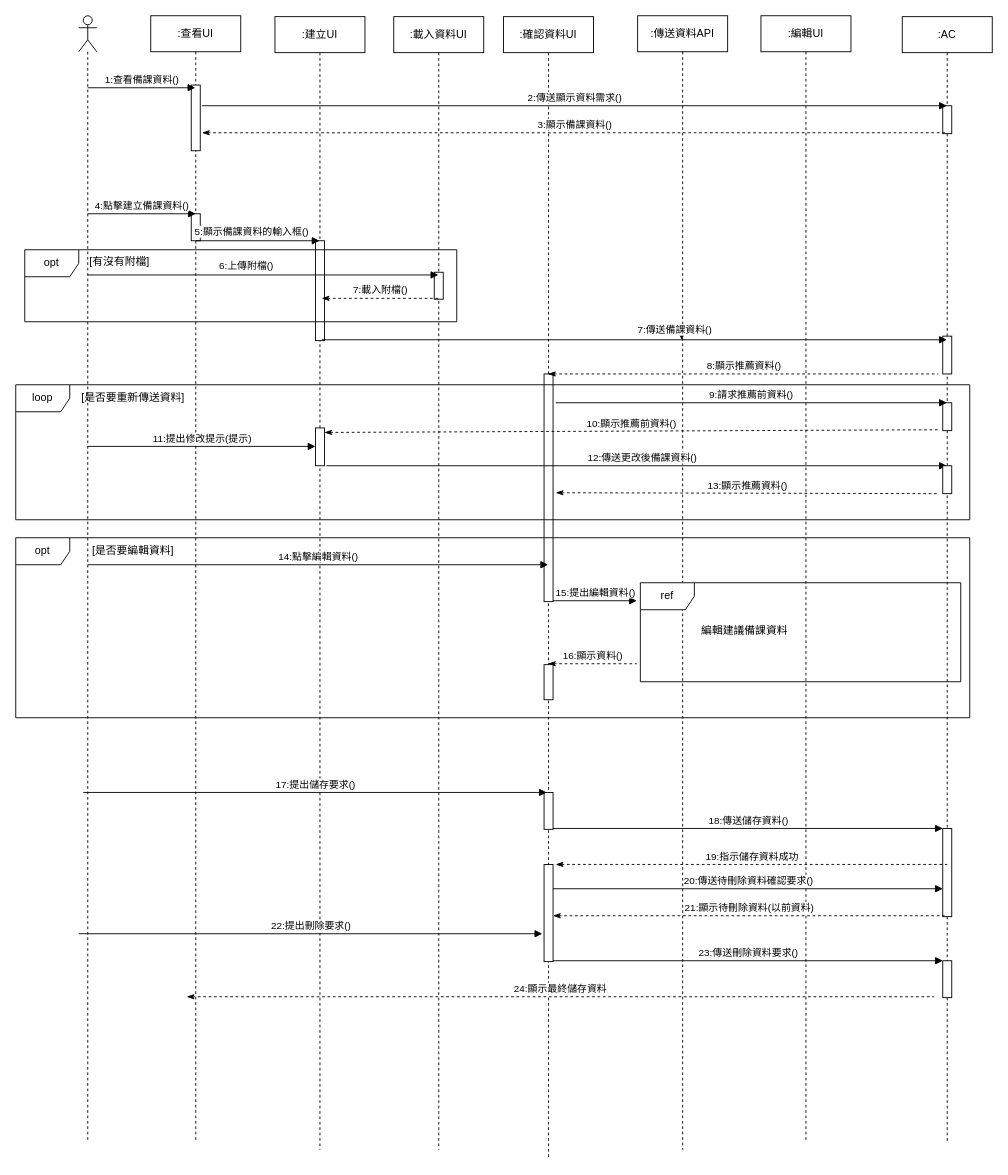
Above: 循序圖(建立備課資料-UI)-new.drawio in Kevincheng0804/System-analysis (draw.io), before the change. Source tidied: cells renumbered, new cells numbered last; positions are measured from the earlier drawing's top-left corner, leaving out a move shared by most shapes. Both pictures are drawn from the tidied source at 90%, with x=0, y=0 at pixel (15, 15).
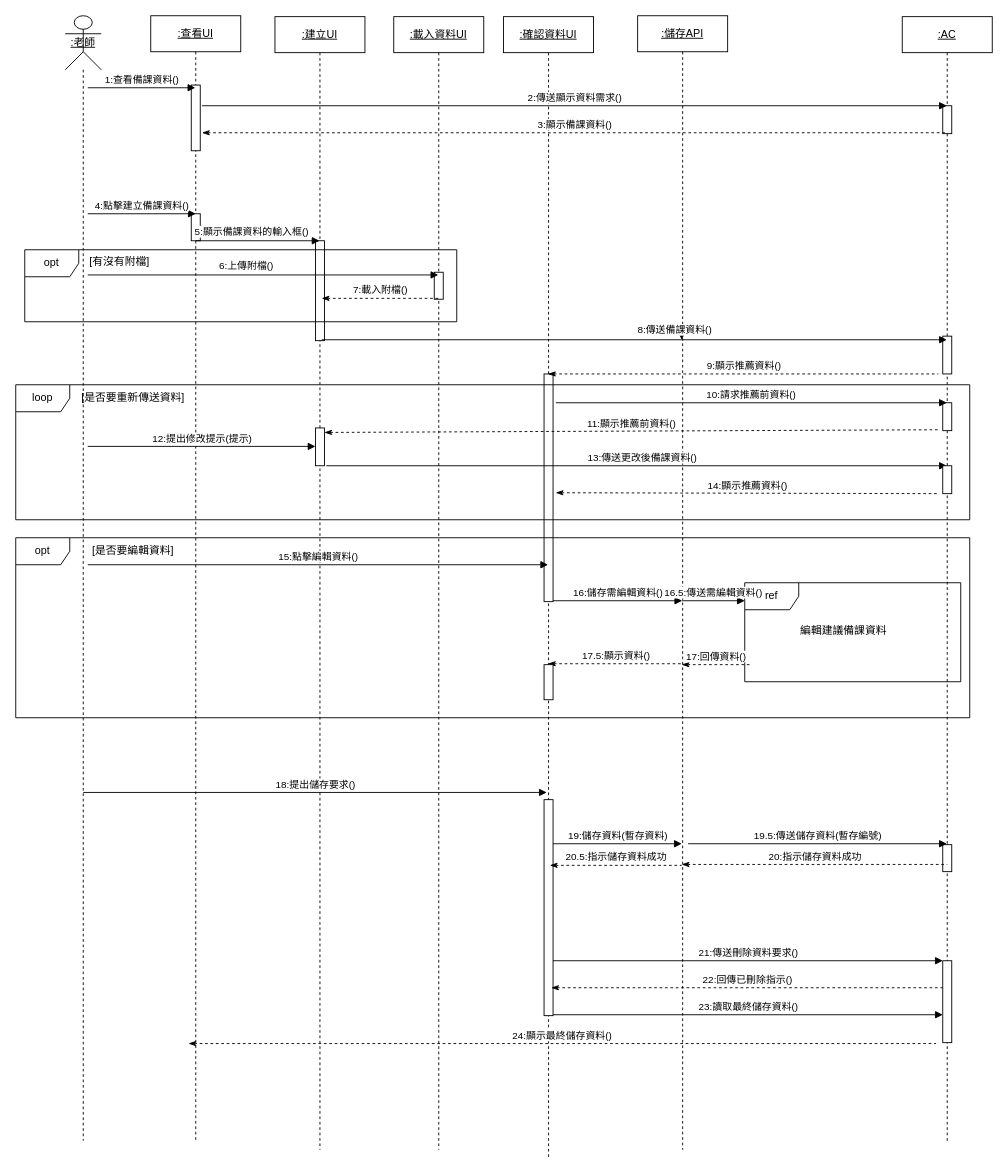
After the change.

Commit message:
更新循序圖(建立備課資料-UI)-new.drawio

Unchanged cells that the change refers to:
```xml
<mxCell id="33" style="html=1;verticalAlign=bottom;endArrow=block;curved=0;rounded=0;" parent="1" edge="1">
  <mxGeometry relative="1" as="geometry">
    <mxPoint x="740" y="356" as="sourcePoint" />
    <mxPoint x="740" y="360" as="targetPoint" />
  </mxGeometry>
</mxCell>
<mxCell id="39" style="html=1;points=[[0,0,0,0,5],[0,1,0,0,-5],[1,0,0,0,5],[1,1,0,0,-5]];perimeter=orthogonalPerimeter;outlineConnect=0;targetShapes=umlLifeline;portConstraint=eastwest;newEdgeStyle={&quot;curved&quot;:0,&quot;rounded&quot;:0};" parent="1" vertex="1">
  <mxGeometry x="333" y="458" width="10" height="42" as="geometry" />
</mxCell>
<mxCell id="40" style="html=1;verticalAlign=bottom;endArrow=block;curved=0;rounded=0;" parent="1" edge="1" target="14">
  <mxGeometry relative="1" as="geometry">
    <mxPoint x="345" y="500" as="sourcePoint" />
  </mxGeometry>
</mxCell>
```

What changed in the source:
```diff
@@
-    <mxCell id="2" style="shape=umlLifeline;perimeter=lifelinePerimeter;whiteSpace=wrap;html=1;newEdgeStyle={&quot;curved&quot;:0,&quot;rounded&quot;:0};participant=umlActor;" parent="1" vertex="1">
-      <mxGeometry x="70" width="20" height="1250" as="geometry" />
+    <mxCell id="2" value="&lt;u&gt;:老師&lt;/u&gt;" style="shape=umlLifeline;perimeter=lifelinePerimeter;whiteSpace=wrap;html=1;newEdgeStyle={&quot;curved&quot;:0,&quot;rounded&quot;:0};participant=umlActor;size=60;" parent="1" vertex="1">
+      <mxGeometry x="55" width="40" height="1250" as="geometry" />
     </mxCell>
-    <mxCell id="3" value=":查看UI" style="shape=umlLifeline;perimeter=lifelinePerimeter;whiteSpace=wrap;html=1;outlineConnect=0;portConstraint=eastwest;newEdgeStyle={&quot;curved&quot;:0,&quot;rounded&quot;:0};" parent="1" vertex="1">
+    <mxCell id="3" value="&lt;u&gt;:查看UI&lt;/u&gt;" style="shape=umlLifeline;perimeter=lifelinePerimeter;whiteSpace=wrap;html=1;outlineConnect=0;portConstraint=eastwest;newEdgeStyle={&quot;curved&quot;:0,&quot;rounded&quot;:0};" parent="1" vertex="1">
       <mxGeometry x="150" width="100" height="1250" as="geometry" />
     </mxCell>
@@
-    <mxCell id="6" value=":建立UI" style="shape=umlLifeline;perimeter=lifelinePerimeter;whiteSpace=wrap;html=1;newEdgeStyle={&quot;curved&quot;:0,&quot;rounded&quot;:0};" parent="1" vertex="1">
+    <mxCell id="6" value="&lt;u&gt;:建立UI&lt;/u&gt;" style="shape=umlLifeline;perimeter=lifelinePerimeter;whiteSpace=wrap;html=1;newEdgeStyle={&quot;curved&quot;:0,&quot;rounded&quot;:0};" parent="1" vertex="1">
       <mxGeometry x="288" y="1" width="100" height="1259" as="geometry" />
     </mxCell>
@@
-    <mxCell id="8" value=":確認資料UI" style="shape=umlLifeline;perimeter=lifelinePerimeter;whiteSpace=wrap;html=1;outlineConnect=0;portConstraint=eastwest;newEdgeStyle={&quot;curved&quot;:0,&quot;rounded&quot;:0};" parent="1" vertex="1">
+    <mxCell id="8" value="&lt;u&gt;:確認資料UI&lt;/u&gt;" style="shape=umlLifeline;perimeter=lifelinePerimeter;whiteSpace=wrap;html=1;outlineConnect=0;portConstraint=eastwest;newEdgeStyle={&quot;curved&quot;:0,&quot;rounded&quot;:0};" parent="1" vertex="1">
       <mxGeometry x="542" y="1" width="100" height="1269" as="geometry" />
     </mxCell>
@@
-    <mxCell id="10" style="html=1;perimeter=orthogonalPerimeter;targetShapes=umlLifeline;newEdgeStyle={&quot;curved&quot;:0,&quot;rounded&quot;:0};" parent="8" vertex="1">
-      <mxGeometry x="45" y="862" width="10" height="41" as="geometry" />
-    </mxCell>
     <mxCell id="11" style="html=1;perimeter=orthogonalPerimeter;targetShapes=umlLifeline;newEdgeStyle={&quot;curved&quot;:0,&quot;rounded&quot;:0};" parent="8" vertex="1">
-      <mxGeometry x="45" y="942" width="10" height="108" as="geometry" />
+      <mxGeometry x="45" y="870" width="10" height="240" as="geometry" />
     </mxCell>
-    <mxCell id="12" value=":編輯UI" style="shape=umlLifeline;perimeter=lifelinePerimeter;whiteSpace=wrap;html=1;newEdgeStyle={&quot;curved&quot;:0,&quot;rounded&quot;:0};" parent="1" vertex="1">
-      <mxGeometry x="828" width="100" height="1250" as="geometry" />
-    </mxCell>
-    <mxCell id="13" value=":傳送資料API" style="shape=umlLifeline;perimeter=lifelinePerimeter;whiteSpace=wrap;html=1;outlineConnect=0;portConstraint=eastwest;newEdgeStyle={&quot;curved&quot;:0,&quot;rounded&quot;:0};" parent="1" vertex="1">
+    <mxCell id="13" value="&lt;u&gt;:儲存API&lt;/u&gt;" style="shape=umlLifeline;perimeter=lifelinePerimeter;whiteSpace=wrap;html=1;outlineConnect=0;portConstraint=eastwest;newEdgeStyle={&quot;curved&quot;:0,&quot;rounded&quot;:0};" parent="1" vertex="1">
       <mxGeometry x="691" width="100" height="1260" as="geometry" />
     </mxCell>
-    <mxCell id="14" value=":AC" style="shape=umlLifeline;perimeter=lifelinePerimeter;whiteSpace=wrap;html=1;outlineConnect=0;portConstraint=eastwest;newEdgeStyle={&quot;curved&quot;:0,&quot;rounded&quot;:0};" parent="1" vertex="1">
+    <mxCell id="14" value="&lt;u&gt;:AC&lt;/u&gt;" style="shape=umlLifeline;perimeter=lifelinePerimeter;whiteSpace=wrap;html=1;outlineConnect=0;portConstraint=eastwest;newEdgeStyle={&quot;curved&quot;:0,&quot;rounded&quot;:0};" parent="1" vertex="1">
       <mxGeometry x="985" y="1" width="100" height="1249" as="geometry" />
     </mxCell>
@@
     <mxCell id="18" style="html=1;perimeter=orthogonalPerimeter;targetShapes=umlLifeline;newEdgeStyle={&quot;curved&quot;:0,&quot;rounded&quot;:0};" parent="14" vertex="1">
-      <mxGeometry x="45" y="902" width="10" height="98" as="geometry" />
+      <mxGeometry x="45" y="920" width="10" height="30" as="geometry" />
     </mxCell>
     <mxCell id="19" style="html=1;points=[[0,0,0,0,5],[0,1,0,0,-5],[1,0,0,0,5],[1,1,0,0,-5]];perimeter=orthogonalPerimeter;outlineConnect=0;targetShapes=umlLifeline;portConstraint=eastwest;newEdgeStyle={&quot;curved&quot;:0,&quot;rounded&quot;:0};" parent="14" vertex="1">
-      <mxGeometry x="45" y="1049" width="10" height="41" as="geometry" />
+      <mxGeometry x="45" y="1049" width="10" height="91" as="geometry" />
     </mxCell>
@@
-    <mxCell id="26" value=":載入資料UI" style="shape=umlLifeline;perimeter=lifelinePerimeter;whiteSpace=wrap;html=1;outlineConnect=0;portConstraint=eastwest;newEdgeStyle={&quot;curved&quot;:0,&quot;rounded&quot;:0};" parent="1" vertex="1">
+    <mxCell id="26" value="&lt;u&gt;:載入資料UI&lt;/u&gt;" style="shape=umlLifeline;perimeter=lifelinePerimeter;whiteSpace=wrap;html=1;outlineConnect=0;portConstraint=eastwest;newEdgeStyle={&quot;curved&quot;:0,&quot;rounded&quot;:0};" parent="1" vertex="1">
       <mxGeometry x="420" y="1" width="100" height="1259" as="geometry" />
     </mxCell>
@@
-    <mxCell id="34" value="7:傳送備課資料()" style="edgeLabel;html=1;align=center;verticalAlign=middle;" parent="33" vertex="1">
+    <mxCell id="34" value="8:傳送備課資料()" style="edgeLabel;html=1;align=center;verticalAlign=middle;" parent="33" vertex="1">
       <mxGeometry x="0.04" relative="1" as="geometry">
         <mxPoint x="-9" y="-10" as="offset" />
       </mxGeometry>
     </mxCell>
-    <mxCell id="35" value="8:顯示推薦資料()" style="html=1;verticalAlign=bottom;endArrow=none;curved=0;rounded=0;startArrow=classicThin;startFill=1;endFill=0;dashed=1;" parent="1" edge="1" source="8">
+    <mxCell id="35" value="9:顯示推薦資料()" style="html=1;verticalAlign=bottom;endArrow=none;curved=0;rounded=0;startArrow=classicThin;startFill=1;endFill=0;dashed=1;" parent="1" edge="1" source="8">
       <mxGeometry relative="1" as="geometry">
         <mxPoint x="1025" y="398" as="targetPoint" />
       </mxGeometry>
     </mxCell>
@@
-    <mxCell id="37" value="9:請求推薦前資料()" style="html=1;verticalAlign=bottom;endArrow=block;curved=0;rounded=0;" parent="1" edge="1" target="14">
+    <mxCell id="37" value="10:請求推薦前資料()" style="html=1;verticalAlign=bottom;endArrow=block;curved=0;rounded=0;" parent="1" edge="1" target="14">
       <mxGeometry relative="1" as="geometry">
         <mxPoint x="600" y="430" as="sourcePoint" />
       </mxGeometry>
     </mxCell>
-    <mxCell id="38" value="10:顯示推薦前資料()" style="html=1;verticalAlign=bottom;endArrow=none;curved=0;rounded=0;startArrow=classicThin;startFill=1;endFill=0;dashed=1;exitX=1;exitY=0;exitDx=0;exitDy=5;exitPerimeter=0;" parent="1" edge="1" source="39">
+    <mxCell id="38" value="11:顯示推薦前資料()" style="html=1;verticalAlign=bottom;endArrow=none;curved=0;rounded=0;startArrow=classicThin;startFill=1;endFill=0;dashed=1;exitX=1;exitY=0;exitDx=0;exitDy=5;exitPerimeter=0;" parent="1" edge="1" source="39">
       <mxGeometry relative="1" as="geometry">
         <mxPoint x="1025.5" y="460" as="targetPoint" />
       </mxGeometry>
     </mxCell>
@@
-    <mxCell id="41" value="12:傳送更改後備課資料()" style="edgeLabel;html=1;align=center;verticalAlign=middle;" parent="40" vertex="1">
+    <mxCell id="41" value="13:傳送更改後備課資料()" style="edgeLabel;html=1;align=center;verticalAlign=middle;" parent="40" vertex="1">
       <mxGeometry x="0.04" relative="1" as="geometry">
         <mxPoint x="-9" y="-10" as="offset" />
       </mxGeometry>
     </mxCell>
@@
-    <mxCell id="43" value="11:提出修改提示(提示)" style="html=1;verticalAlign=bottom;endArrow=block;curved=0;rounded=0;" parent="1" edge="1" target="39">
+    <mxCell id="43" value="12:提出修改提示(提示)" style="html=1;verticalAlign=bottom;endArrow=block;curved=0;rounded=0;" parent="1" edge="1" target="39">
       <mxGeometry relative="1" as="geometry">
         <mxPoint x="80" y="478.5" as="sourcePoint" />
       </mxGeometry>
     </mxCell>
@@
-    <mxCell id="45" value="13:顯示推薦資料()" style="html=1;verticalAlign=bottom;endArrow=none;curved=0;rounded=0;startArrow=classicThin;startFill=1;endFill=0;dashed=1;" parent="1" edge="1">
+    <mxCell id="45" value="14:顯示推薦資料()" style="html=1;verticalAlign=bottom;endArrow=none;curved=0;rounded=0;startArrow=classicThin;startFill=1;endFill=0;dashed=1;" parent="1" edge="1">
       <mxGeometry relative="1" as="geometry">
         <mxPoint x="600" y="530" as="sourcePoint" />
         <mxPoint x="1025.5" y="531" as="targetPoint" />
       </mxGeometry>
     </mxCell>
@@
-    <mxCell id="49" value="14:點擊編輯資料()" style="html=1;verticalAlign=bottom;endArrow=block;curved=0;rounded=0;" parent="1" edge="1">
+    <mxCell id="49" value="15:點擊編輯資料()" style="html=1;verticalAlign=bottom;endArrow=block;curved=0;rounded=0;" parent="1" edge="1">
       <mxGeometry relative="1" as="geometry">
         <mxPoint x="80" y="610" as="sourcePoint" />
         <mxPoint x="591.5" y="610" as="targetPoint" />
       </mxGeometry>
     </mxCell>
-    <mxCell id="50" value="16:顯示資料()" style="html=1;verticalAlign=bottom;endArrow=none;curved=0;rounded=0;startArrow=classicThin;startFill=1;endFill=0;dashed=1;" parent="1" edge="1">
+    <mxCell id="50" value="17.5:顯示資料()" style="html=1;verticalAlign=bottom;endArrow=none;curved=0;rounded=0;startArrow=classicThin;startFill=1;endFill=0;dashed=1;" parent="1" edge="1" target="13">
       <mxGeometry relative="1" as="geometry">
         <mxPoint x="591.5" y="720" as="sourcePoint" />
-        <mxPoint x="690" y="720" as="targetPoint" />
       </mxGeometry>
     </mxCell>
@@
-    <mxCell id="52" value="17:提出儲存要求()" style="html=1;verticalAlign=bottom;endArrow=block;curved=0;rounded=0;" parent="1" edge="1">
+    <mxCell id="52" value="18:提出儲存要求()" style="html=1;verticalAlign=bottom;endArrow=block;curved=0;rounded=0;" parent="1" edge="1">
       <mxGeometry relative="1" as="geometry">
         <mxPoint x="75" y="863" as="sourcePoint" />
         <mxPoint x="590" y="863" as="targetPoint" />
       </mxGeometry>
     </mxCell>
-    <mxCell id="53" value="18:傳送儲存資料()" style="html=1;verticalAlign=bottom;endArrow=block;curved=0;rounded=0;" parent="1" edge="1">
+    <mxCell id="53" value="19:儲存資料(暫存資料)" style="html=1;verticalAlign=bottom;endArrow=block;curved=0;rounded=0;" parent="1" edge="1">
       <mxGeometry relative="1" as="geometry">
-        <mxPoint x="597" y="903" as="sourcePoint" />
-        <mxPoint x="1030" y="903" as="targetPoint" />
+        <mxPoint x="597" y="920" as="sourcePoint" />
+        <mxPoint x="740" y="920" as="targetPoint" />
       </mxGeometry>
     </mxCell>
-    <mxCell id="54" value="19:指示儲存資料成功" style="html=1;verticalAlign=bottom;endArrow=none;curved=0;rounded=0;startArrow=classicThin;startFill=1;endFill=0;dashed=1;" parent="1" edge="1">
+    <mxCell id="54" value="20:指示儲存資料成功" style="html=1;verticalAlign=bottom;endArrow=none;curved=0;rounded=0;startArrow=classicThin;startFill=1;endFill=0;dashed=1;" parent="1" edge="1">
       <mxGeometry relative="1" as="geometry">
-        <mxPoint x="600" y="943" as="sourcePoint" />
+        <mxPoint x="740" y="943" as="sourcePoint" />
         <mxPoint x="1035" y="943" as="targetPoint" />
       </mxGeometry>
     </mxCell>
-    <mxCell id="55" value="15:提出編輯資料()" style="html=1;verticalAlign=bottom;endArrow=block;curved=0;rounded=0;" parent="1" edge="1">
+    <mxCell id="55" value="16:儲存需編輯資料()" style="html=1;verticalAlign=bottom;endArrow=block;curved=0;rounded=0;" parent="1" edge="1" target="13">
       <mxGeometry relative="1" as="geometry">
         <mxPoint x="597" y="650" as="sourcePoint" />
-        <mxPoint x="690" y="650" as="targetPoint" />
       </mxGeometry>
     </mxCell>
     <mxCell id="56" value="ref" style="shape=umlFrame;whiteSpace=wrap;html=1;" parent="1" vertex="1">
-      <mxGeometry x="694" y="630" width="356" height="110" as="geometry" />
+      <mxGeometry x="810" y="630" width="240" height="110" as="geometry" />
     </mxCell>
     <mxCell id="57" value="&lt;span style=&quot;color: rgb(0, 0, 0); font-family: Helvetica; font-size: 12px; font-style: normal; font-variant-ligatures: normal; font-variant-caps: normal; font-weight: 400; letter-spacing: normal; orphans: 2; text-align: center; text-indent: 0px; text-transform: none; widows: 2; word-spacing: 0px; -webkit-text-stroke-width: 0px; white-space: normal; background-color: rgb(251, 251, 251); text-decoration-thickness: initial; text-decoration-style: initial; text-decoration-color: initial; display: inline !important; float: none;&quot;&gt;編輯建議備課資料&lt;/span&gt;" style="text;whiteSpace=wrap;html=1;" parent="1" vertex="1">
-      <mxGeometry x="760" y="670" width="130" height="40" as="geometry" />
+      <mxGeometry x="870" y="670" width="130" height="40" as="geometry" />
     </mxCell>
-    <mxCell id="58" value="22:提出刪除要求()" style="html=1;verticalAlign=bottom;endArrow=block;curved=0;rounded=0;" parent="1" edge="1">
-      <mxGeometry relative="1" as="geometry">
-        <mxPoint x="70" y="1020" as="sourcePoint" />
-        <mxPoint x="585" y="1020" as="targetPoint" />
-      </mxGeometry>
-    </mxCell>
-    <mxCell id="59" value="23:傳送刪除資料要求()" style="html=1;verticalAlign=bottom;endArrow=block;curved=0;rounded=0;" parent="1" edge="1">
+    <mxCell id="59" value="21:傳送刪除資料要求()" style="html=1;verticalAlign=bottom;endArrow=block;curved=0;rounded=0;" parent="1" edge="1">
       <mxGeometry relative="1" as="geometry">
         <mxPoint x="597" y="1050" as="sourcePoint" />
         <mxPoint x="1030" y="1050" as="targetPoint" />
       </mxGeometry>
     </mxCell>
-    <mxCell id="60" value="24:顯示最終儲存資料" style="html=1;verticalAlign=bottom;endArrow=none;curved=0;rounded=0;startArrow=classicThin;startFill=1;endFill=0;dashed=1;" parent="1" edge="1">
+    <mxCell id="60" value="24:顯示最終儲存資料()" style="html=1;verticalAlign=bottom;endArrow=none;curved=0;rounded=0;startArrow=classicThin;startFill=1;endFill=0;dashed=1;" parent="1" edge="1">
       <mxGeometry relative="1" as="geometry">
-        <mxPoint x="190" y="1090" as="sourcePoint" />
-        <mxPoint x="1020.5" y="1090" as="targetPoint" />
+        <mxPoint x="192" y="1142" as="sourcePoint" />
+        <mxPoint x="1022.5" y="1142" as="targetPoint" />
       </mxGeometry>
     </mxCell>
-    <mxCell id="61" value="20:傳送待刪除資料確認要求()" style="html=1;verticalAlign=bottom;endArrow=block;curved=0;rounded=0;" parent="1" edge="1">
-      <mxGeometry relative="1" as="geometry">
-        <mxPoint x="597" y="970" as="sourcePoint" />
-        <mxPoint x="1030" y="970" as="targetPoint" />
-      </mxGeometry>
-    </mxCell>
-    <mxCell id="62" value="21:顯示待刪除資料(以前資料)" style="html=1;verticalAlign=bottom;endArrow=none;curved=0;rounded=0;startArrow=classicThin;startFill=1;endFill=0;dashed=1;" parent="1" edge="1">
-      <mxGeometry relative="1" as="geometry">
-        <mxPoint x="597" y="1000" as="sourcePoint" />
-        <mxPoint x="1032" y="1000" as="targetPoint" />
-      </mxGeometry>
-    </mxCell>
+    <mxCell id="63" value="19.5:傳送儲存資料(暫存編號)" style="html=1;verticalAlign=bottom;endArrow=block;curved=0;rounded=0;" parent="1" edge="1" target="14">
+      <mxGeometry relative="1" as="geometry">
+        <mxPoint x="747" y="920" as="sourcePoint" />
+      </mxGeometry>
+    </mxCell>
+    <mxCell id="64" value="20.5:指示儲存資料成功" style="html=1;verticalAlign=bottom;endArrow=none;curved=0;rounded=0;startArrow=classicThin;startFill=1;endFill=0;dashed=1;" parent="1" edge="1">
+      <mxGeometry relative="1" as="geometry">
+        <mxPoint x="593.5" y="944" as="sourcePoint" />
+        <mxPoint x="740" y="944" as="targetPoint" />
+      </mxGeometry>
+    </mxCell>
+    <mxCell id="65" value="22:回傳已刪除指示()" style="html=1;verticalAlign=bottom;endArrow=none;curved=0;rounded=0;startArrow=classicThin;startFill=1;endFill=0;dashed=1;" parent="1" edge="1">
+      <mxGeometry relative="1" as="geometry">
+        <mxPoint x="595" y="1080" as="sourcePoint" />
+        <mxPoint x="1030" y="1080" as="targetPoint" />
+      </mxGeometry>
+    </mxCell>
+    <mxCell id="66" value="23:讀取最終儲存資料()" style="html=1;verticalAlign=bottom;endArrow=block;curved=0;rounded=0;" parent="1" edge="1" target="19">
+      <mxGeometry relative="1" as="geometry">
+        <mxPoint x="597" y="1110" as="sourcePoint" />
+      </mxGeometry>
+    </mxCell>
+    <mxCell id="67" value="16.5:傳送需編輯資料()" style="html=1;verticalAlign=bottom;endArrow=block;curved=0;rounded=0;" parent="1" edge="1">
+      <mxGeometry relative="1" as="geometry">
+        <mxPoint x="740" y="650" as="sourcePoint" />
+        <mxPoint x="810" y="650" as="targetPoint" />
+      </mxGeometry>
+    </mxCell>
+    <mxCell id="68" value="17:回傳資料()" style="html=1;verticalAlign=bottom;endArrow=none;curved=0;rounded=0;startArrow=classicThin;startFill=1;endFill=0;dashed=1;" parent="1" edge="1">
+      <mxGeometry relative="1" as="geometry">
+        <mxPoint x="740" y="721" as="sourcePoint" />
+        <mxPoint x="815.2" y="721" as="targetPoint" />
+      </mxGeometry>
+    </mxCell>
```
